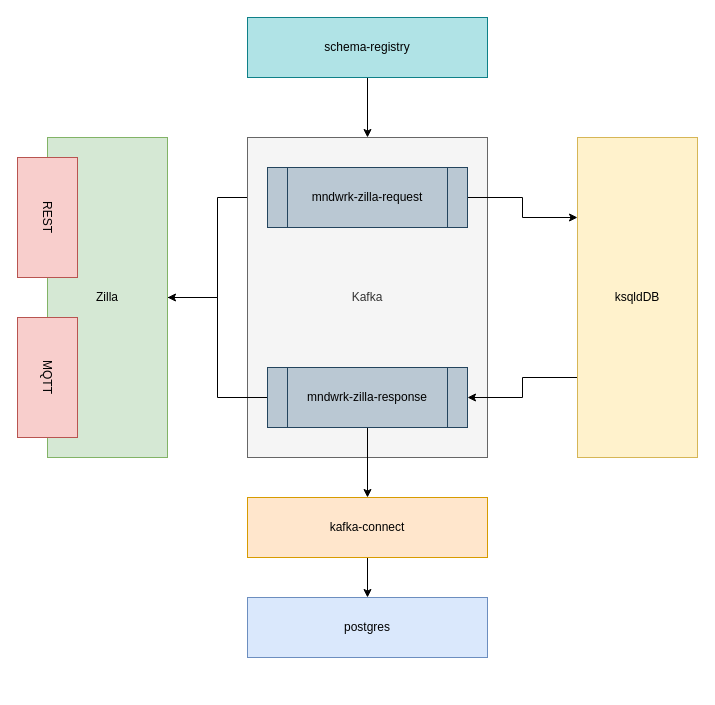
The draw.io diagram architecture/mndwrk-demo.drawio in ttimot24/mndwrk-webinar-kafka-demo, before the edit. Source tidied: cells renumbered, new cells numbered last; positions are measured from the earlier drawing's top-left corner, leaving out a move shared by most shapes. Both pictures are drawn from the tidied source at 100%, with x=0, y=0 at pixel (-13, 17).
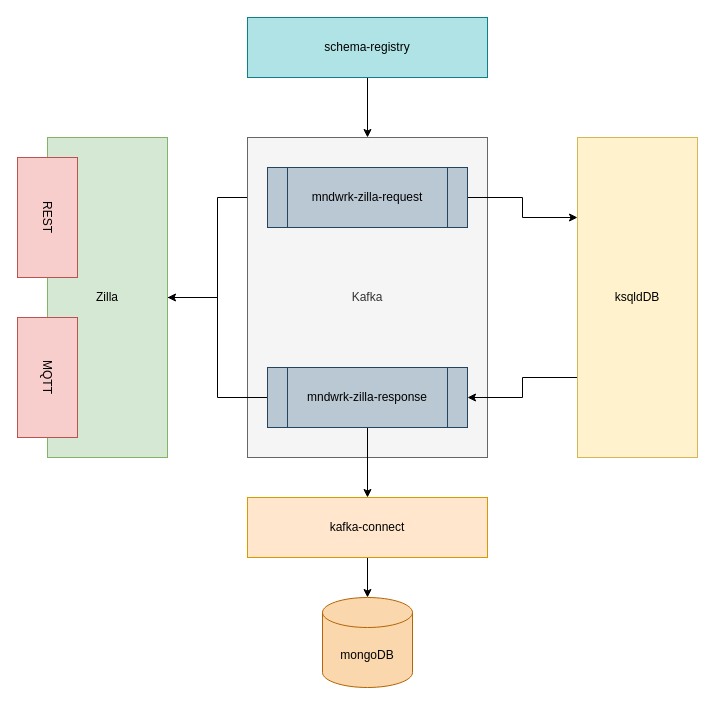
The same diagram, later.

Commit message (it also covers changes not shown here):
install mongodb connector

The edit, as a diff of the source:
```diff
@@
 <mxGraphModel>
   <root>
     <mxCell id="0" />
     <mxCell id="1" parent="0" />
     <mxCell id="2" style="edgeStyle=orthogonalEdgeStyle;rounded=0;jettySize=auto;html=1;entryX=0;entryY=0.5;entryDx=0;entryDy=0;" parent="1" edge="1" source="3" target="8">
       <mxGeometry relative="1" as="geometry" />
     </mxCell>
     <mxCell id="3" value="Zilla" style="rounded=0;whiteSpace=wrap;html=1;fillColor=#d5e8d4;strokeColor=#82b366;" parent="1" vertex="1">
       <mxGeometry x="60" y="120" width="120" height="320" as="geometry" />
     </mxCell>
     <mxCell id="4" value="Kafka" style="rounded=0;whiteSpace=wrap;html=1;fillColor=#f5f5f5;fontColor=#333333;strokeColor=#666666;" parent="1" vertex="1">
       <mxGeometry x="260" y="120" width="240" height="320" as="geometry" />
     </mxCell>
     <mxCell id="5" value="REST" style="rounded=0;whiteSpace=wrap;html=1;rotation=90;fillColor=#f8cecc;strokeColor=#b85450;" parent="1" vertex="1">
       <mxGeometry y="170" width="120" height="60" as="geometry" />
     </mxCell>
     <mxCell id="6" value="MQTT" style="rounded=0;whiteSpace=wrap;html=1;rotation=90;fillColor=#f8cecc;strokeColor=#b85450;" parent="1" vertex="1">
       <mxGeometry y="330" width="120" height="60" as="geometry" />
     </mxCell>
     <mxCell id="7" style="edgeStyle=orthogonalEdgeStyle;rounded=0;jettySize=auto;html=1;entryX=0;entryY=0.25;entryDx=0;entryDy=0;" parent="1" edge="1" source="8" target="13">
       <mxGeometry relative="1" as="geometry" />
     </mxCell>
     <mxCell id="8" value="mndwrk-zilla-request" style="shape=process;whiteSpace=wrap;html=1;backgroundOutline=1;fillColor=#bac8d3;strokeColor=#23445d;" parent="1" vertex="1">
       <mxGeometry x="280" y="150" width="200" height="60" as="geometry" />
     </mxCell>
     <mxCell id="9" style="edgeStyle=orthogonalEdgeStyle;rounded=0;jettySize=auto;html=1;entryX=0.5;entryY=0;entryDx=0;entryDy=0;" parent="1" edge="1" source="11" target="16">
       <mxGeometry relative="1" as="geometry" />
     </mxCell>
     <mxCell id="10" style="edgeStyle=orthogonalEdgeStyle;rounded=0;jettySize=auto;html=1;entryX=1;entryY=0.5;entryDx=0;entryDy=0;" parent="1" edge="1" source="11" target="3">
       <mxGeometry relative="1" as="geometry" />
     </mxCell>
     <mxCell id="11" value="mndwrk-zilla-response" style="shape=process;whiteSpace=wrap;html=1;backgroundOutline=1;fillColor=#bac8d3;strokeColor=#23445d;" parent="1" vertex="1">
       <mxGeometry x="280" y="350" width="200" height="60" as="geometry" />
     </mxCell>
     <mxCell id="12" style="edgeStyle=orthogonalEdgeStyle;rounded=0;jettySize=auto;html=1;entryX=1;entryY=0.5;entryDx=0;entryDy=0;exitX=0;exitY=0.75;exitDx=0;exitDy=0;" parent="1" edge="1" source="13" target="11">
       <mxGeometry relative="1" as="geometry" />
     </mxCell>
     <mxCell id="13" value="ksqldDB" style="rounded=0;whiteSpace=wrap;html=1;fillColor=#fff2cc;strokeColor=#d6b656;" parent="1" vertex="1">
       <mxGeometry x="590" y="120" width="120" height="320" as="geometry" />
     </mxCell>
-    <mxCell id="14" value="postgres" style="rounded=0;whiteSpace=wrap;html=1;fillColor=#dae8fc;strokeColor=#6c8ebf;" parent="1" vertex="1">
-      <mxGeometry x="260" y="580" width="240" height="60" as="geometry" />
-    </mxCell>
-    <mxCell id="15" style="edgeStyle=orthogonalEdgeStyle;rounded=0;jettySize=auto;html=1;entryX=0.5;entryY=0;entryDx=0;entryDy=0;" parent="1" edge="1" source="16" target="14">
+    <mxCell id="15" style="edgeStyle=orthogonalEdgeStyle;rounded=0;jettySize=auto;html=1;entryX=0.5;entryY=0;entryDx=0;entryDy=0;entryPerimeter=0;" parent="1" edge="1" source="16" target="19">
       <mxGeometry relative="1" as="geometry" />
     </mxCell>
     <mxCell id="16" value="kafka-connect" style="rounded=0;whiteSpace=wrap;html=1;fillColor=#ffe6cc;strokeColor=#d79b00;" parent="1" vertex="1">
       <mxGeometry x="260" y="480" width="240" height="60" as="geometry" />
     </mxCell>
     <mxCell id="17" style="edgeStyle=orthogonalEdgeStyle;rounded=0;jettySize=auto;html=1;" parent="1" edge="1" source="18" target="4">
       <mxGeometry relative="1" as="geometry" />
     </mxCell>
     <mxCell id="18" value="schema-registry" style="rounded=0;whiteSpace=wrap;html=1;fillColor=#b0e3e6;strokeColor=#0e8088;" parent="1" vertex="1">
       <mxGeometry x="260" width="240" height="60" as="geometry" />
     </mxCell>
+    <mxCell id="19" value="mongoDB" style="shape=cylinder3;whiteSpace=wrap;html=1;boundedLbl=1;backgroundOutline=1;size=15;fillColor=#fad7ac;strokeColor=#b46504;" parent="1" vertex="1">
+      <mxGeometry x="335" y="580" width="90" height="90" as="geometry" />
+    </mxCell>
   </root>
 </mxGraphModel>
```
